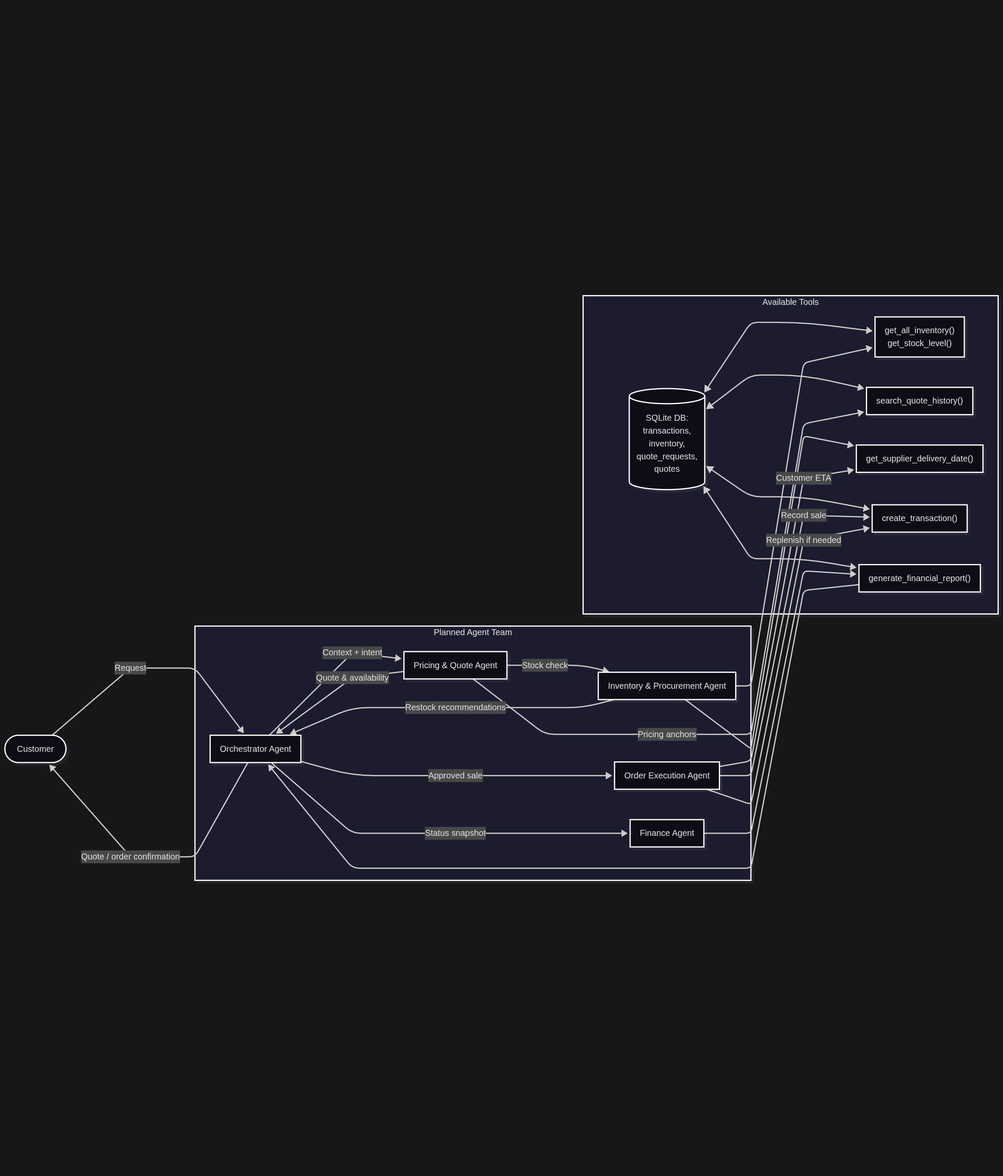
Before: documentation/diagram.png, a diagram exported from Mermaid (MariusJochheim/Udacity-Master-Beavers-Choice). Its source is kept beside it as documentation/diagram.mmd. Its diagram source:
```mermaid
flowchart LR

  Customer([Customer])

  subgraph Agents[Planned Agent Team]
    Orchestrator["Orchestrator Agent"]
    InventoryAgent["Inventory & Procurement Agent"]
    QuoteAgent["Pricing & Quote Agent"]
    OrderAgent["Order Execution Agent"]
    FinanceAgent["Finance Agent"]
  end

  subgraph Tools[Available Tools]
    InventoryTools["get_all_inventory()<br/>get_stock_level()"]
    QuoteHistory["search_quote_history()"]
    DeliveryETA["get_supplier_delivery_date()"]
    Transactions["create_transaction()"]
    FinReport["generate_financial_report()"]
    DB[(SQLite DB:<br/>transactions,<br/>inventory,<br/>quote_requests,<br/>quotes)]
  end

  DB <--> InventoryTools
  DB <--> QuoteHistory
  DB <--> Transactions
  DB <--> FinReport

  Customer -->|Request| Orchestrator
  Orchestrator -->|Context + intent| QuoteAgent
  QuoteAgent -->|Pricing anchors| QuoteHistory
  QuoteAgent -->|Stock check| InventoryAgent
  InventoryAgent --> InventoryTools
  InventoryAgent --> DeliveryETA
  InventoryAgent -->|Restock recommendations| Orchestrator
  QuoteAgent -->|Quote & availability| Orchestrator

  Orchestrator -->|Approved sale| OrderAgent
  OrderAgent -->|Record sale| Transactions
  OrderAgent -->|Replenish if needed| Transactions
  OrderAgent -->|Customer ETA| DeliveryETA

  Orchestrator -->|Status snapshot| FinanceAgent
  FinanceAgent --> FinReport
  FinReport --> Orchestrator

  Orchestrator -->|Quote / order confirmation| Customer
```
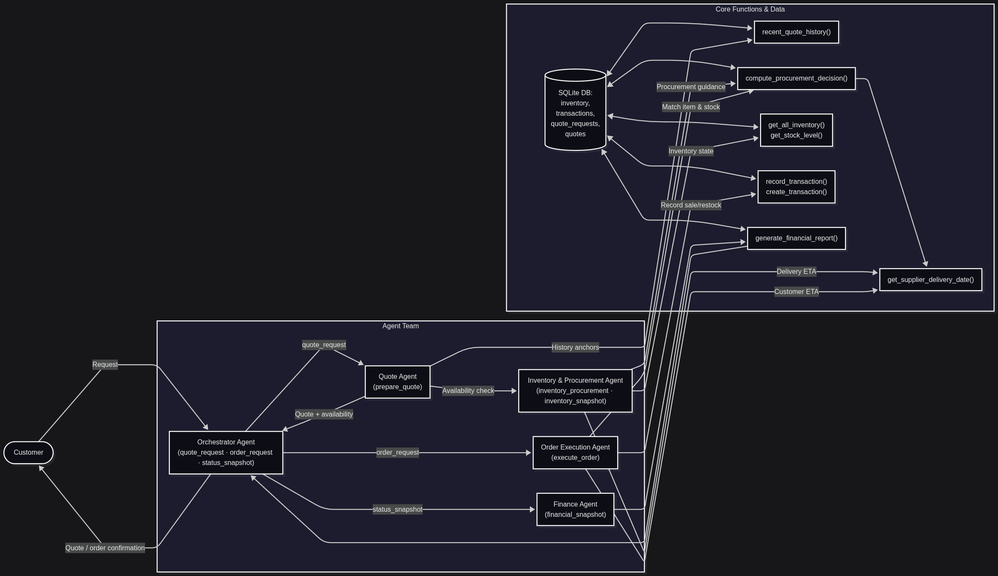
After the commit.

Commit message:
Updated the diagram to match the current code base

What changed in the source:
```diff
@@ -2,43 +2,46 @@
 
   Customer([Customer])
 
-  subgraph Agents[Planned Agent Team]
-    Orchestrator["Orchestrator Agent"]
-    InventoryAgent["Inventory & Procurement Agent"]
-    QuoteAgent["Pricing & Quote Agent"]
-    OrderAgent["Order Execution Agent"]
-    FinanceAgent["Finance Agent"]
+  subgraph Agents[Agent Team]
+    Orchestrator["Orchestrator Agent<br/>(quote_request · order_request · status_snapshot)"]
+    InventoryAgent["Inventory & Procurement Agent<br/>(inventory_procurement · inventory_snapshot)"]
+    QuoteAgent["Quote Agent<br/>(prepare_quote)"]
+    OrderAgent["Order Execution Agent<br/>(execute_order)"]
+    FinanceAgent["Finance Agent<br/>(financial_snapshot)"]
   end
 
-  subgraph Tools[Available Tools]
-    InventoryTools["get_all_inventory()<br/>get_stock_level()"]
-    QuoteHistory["search_quote_history()"]
+  subgraph Tools[Core Functions & Data]
+    QuoteHistory["recent_quote_history()"]
+    Procurement["compute_procurement_decision()"]
+    InventorySnapshot["get_all_inventory()<br/>get_stock_level()"]
+    RecordTxn["record_transaction()<br/>create_transaction()"]
     DeliveryETA["get_supplier_delivery_date()"]
-    Transactions["create_transaction()"]
     FinReport["generate_financial_report()"]
-    DB[(SQLite DB:<br/>transactions,<br/>inventory,<br/>quote_requests,<br/>quotes)]
+    DB[(SQLite DB:<br/>inventory,<br/>transactions,<br/>quote_requests,<br/>quotes)]
   end
 
-  DB <--> InventoryTools
   DB <--> QuoteHistory
-  DB <--> Transactions
+  DB <--> Procurement
+  DB <--> InventorySnapshot
+  DB <--> RecordTxn
   DB <--> FinReport
+  Procurement --> DeliveryETA
 
   Customer -->|Request| Orchestrator
-  Orchestrator -->|Context + intent| QuoteAgent
-  QuoteAgent -->|Pricing anchors| QuoteHistory
-  QuoteAgent -->|Stock check| InventoryAgent
-  InventoryAgent --> InventoryTools
-  InventoryAgent --> DeliveryETA
-  InventoryAgent -->|Restock recommendations| Orchestrator
-  QuoteAgent -->|Quote & availability| Orchestrator
+  Orchestrator -->|quote_request| QuoteAgent
+  QuoteAgent -->|History anchors| QuoteHistory
+  QuoteAgent -->|Availability check| InventoryAgent
+  InventoryAgent -->|Procurement guidance| Procurement
+  InventoryAgent -->|Inventory state| InventorySnapshot
+  InventoryAgent -->|Delivery ETA| DeliveryETA
+  QuoteAgent -->|Quote + availability| Orchestrator
 
-  Orchestrator -->|Approved sale| OrderAgent
-  OrderAgent -->|Record sale| Transactions
-  OrderAgent -->|Replenish if needed| Transactions
+  Orchestrator -->|order_request| OrderAgent
+  OrderAgent -->|Match item & stock| Procurement
+  OrderAgent -->|Record sale/restock| RecordTxn
   OrderAgent -->|Customer ETA| DeliveryETA
 
-  Orchestrator -->|Status snapshot| FinanceAgent
+  Orchestrator -->|status_snapshot| FinanceAgent
   FinanceAgent --> FinReport
   FinReport --> Orchestrator
 
```
